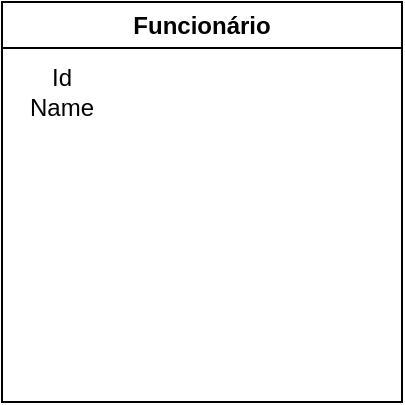
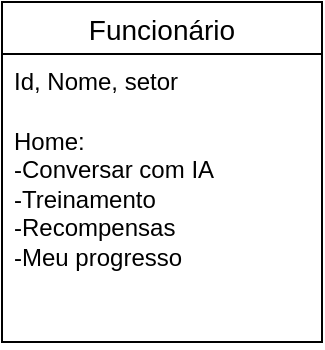
<mxfile host="app.diagrams.net">
  <diagram name="Página-1" id="Olnqo0z5X7HrJRJVDCDp">
-     <mxGraphModel dx="1094" dy="647" grid="1" gridSize="10" guides="1" tooltips="1" connect="1" arrows="1" fold="1" page="1" pageScale="1" pageWidth="827" pageHeight="1169" math="0" shadow="0">
+     <mxGraphModel dx="781" dy="647" grid="1" gridSize="10" guides="1" tooltips="1" connect="1" arrows="1" fold="1" page="1" pageScale="1" pageWidth="827" pageHeight="1169" math="0" shadow="0">
      <root>
        <mxCell id="0" />
        <mxCell id="1" parent="0" />
-         <mxCell id="ArW8LSkQvYXvWc76ZD0i-7" parent="1" style="swimlane;whiteSpace=wrap;html=1;" value="Funcionário" vertex="1">
-           <mxGeometry height="200" width="200" x="290" y="100" as="geometry" />
+         <mxCell id="BrtYY052EfEOkjj2CXpA-1" parent="1" style="swimlane;fontStyle=0;childLayout=stackLayout;horizontal=1;startSize=26;horizontalStack=0;resizeParent=1;resizeParentMax=0;resizeLast=0;collapsible=1;marginBottom=0;align=center;fontSize=14;" value="Funcionário" vertex="1">
+           <mxGeometry height="170" width="160" x="310" y="140" as="geometry" />
        </mxCell>
-         <mxCell id="ArW8LSkQvYXvWc76ZD0i-8" parent="ArW8LSkQvYXvWc76ZD0i-7" style="text;html=1;whiteSpace=wrap;strokeColor=none;fillColor=none;align=center;verticalAlign=middle;rounded=0;" value="Id&lt;br&gt;&lt;div style=&quot;text-align: left;&quot;&gt;&lt;span style=&quot;background-color: transparent; color: light-dark(rgb(0, 0, 0), rgb(255, 255, 255));&quot;&gt;Name&lt;/span&gt;&lt;/div&gt;" vertex="1">
-           <mxGeometry height="30" width="60" y="30" as="geometry" />
+         <mxCell id="BrtYY052EfEOkjj2CXpA-2" parent="BrtYY052EfEOkjj2CXpA-1" style="text;strokeColor=none;fillColor=none;spacingLeft=4;spacingRight=4;overflow=hidden;rotatable=0;points=[[0,0.5],[1,0.5]];portConstraint=eastwest;fontSize=12;whiteSpace=wrap;html=1;" value="Id, Nome, setor&amp;nbsp;" vertex="1">
+           <mxGeometry height="30" width="160" y="26" as="geometry" />
+         </mxCell>
+         <mxCell id="BrtYY052EfEOkjj2CXpA-3" parent="BrtYY052EfEOkjj2CXpA-1" style="text;strokeColor=none;fillColor=none;spacingLeft=4;spacingRight=4;overflow=hidden;rotatable=0;points=[[0,0.5],[1,0.5]];portConstraint=eastwest;fontSize=12;whiteSpace=wrap;html=1;" value="Home:&lt;br&gt;-Conversar com IA&lt;br&gt;-Treinamento&lt;br&gt;-Recompensas&lt;br&gt;-Meu progresso" vertex="1">
+           <mxGeometry height="114" width="160" y="56" as="geometry" />
        </mxCell>
      </root>
    </mxGraphModel>
  </diagram>
</mxfile>
